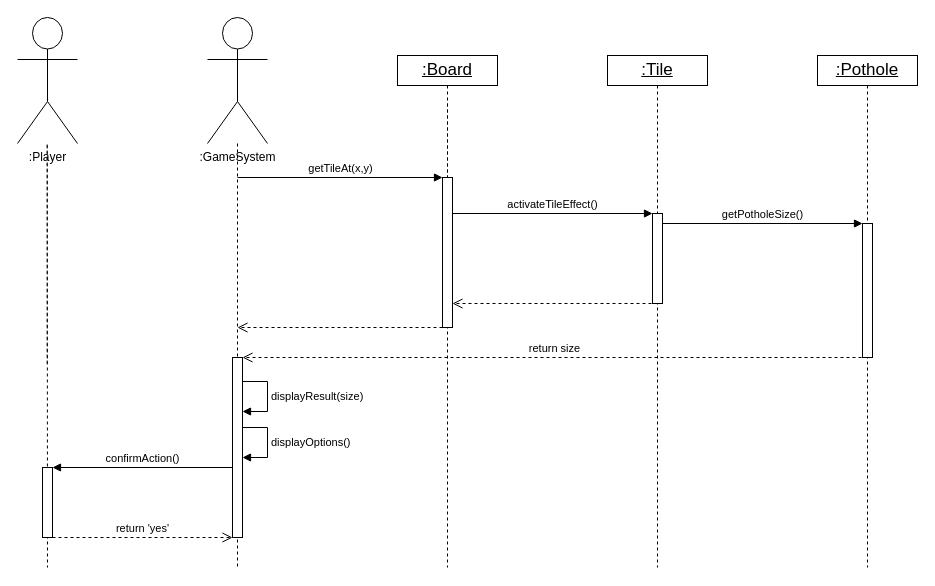
Xelodico/engineers-without-borders keeps this draw.io diagram as page "Encounter Pothole" (3 of 5) of Deliverables/Semester 1/PDF Report/Diagrams/Sequence Diagrams/Peter's Sequence diagrams.drawio. Above is the earlier version. Source tidied: cells renumbered, new cells numbered last; positions are measured from the earlier drawing's top-left corner, leaving out a move shared by most shapes. Both pictures are drawn from the tidied source at 100%, with x=0, y=0 at pixel (17, 17).
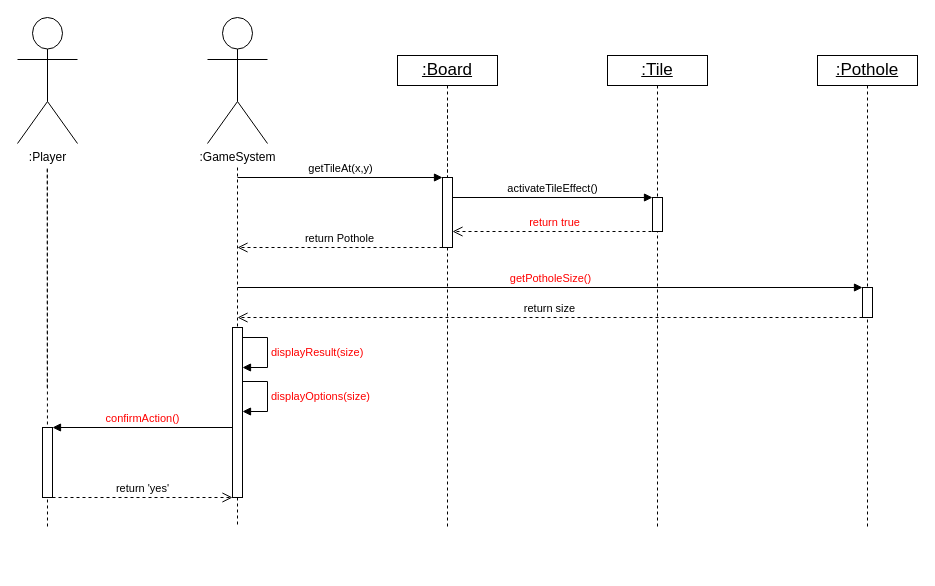
Above is the later version.

The change refers to these unchanged cells:
```xml
<mxCell id="2" value=":GameSystem" style="shape=umlActor;verticalLabelPosition=bottom;verticalAlign=top;html=1;outlineConnect=0;" parent="1" vertex="1">
  <mxGeometry x="190" width="60" height="126" as="geometry" />
</mxCell>
<mxCell id="12" value=":Tile" style="html=1;whiteSpace=wrap;fontStyle=4;fontSize=17;horizontal=1;" parent="1" vertex="1">
  <mxGeometry x="590" y="38" width="100" height="30" as="geometry" />
</mxCell>
<mxCell id="13" value=":Pothole" style="html=1;whiteSpace=wrap;fontStyle=4;fontSize=17;horizontal=1;" parent="1" vertex="1">
  <mxGeometry x="800" y="38" width="100" height="30" as="geometry" />
</mxCell>
```

The edit, as a diff of the source:
```diff
@@
     <mxCell id="4" style="edgeStyle=orthogonalEdgeStyle;rounded=0;orthogonalLoop=1;jettySize=auto;html=1;dashed=1;endArrow=none;endFill=0;exitX=0.5;exitY=1;exitDx=0;exitDy=0;" parent="1" edge="1">
       <mxGeometry relative="1" as="geometry">
         <mxPoint x="430" y="86" as="sourcePoint" />
-        <mxPoint x="430" y="550" as="targetPoint" />
+        <mxPoint x="430" y="510" as="targetPoint" />
         <Array as="points">
           <mxPoint x="430" y="376" />
         </Array>
       </mxGeometry>
     </mxCell>
-    <mxCell id="5" style="html=1;verticalAlign=bottom;endArrow=open;dashed=1;endSize=8;curved=0;rounded=0;" parent="1" edge="1" source="7">
+    <mxCell id="5" value="return Pothole" style="html=1;verticalAlign=bottom;endArrow=open;dashed=1;endSize=8;curved=0;rounded=0;" parent="1" edge="1" source="7">
       <mxGeometry relative="1" as="geometry">
-        <mxPoint x="220" y="310" as="targetPoint" />
+        <mxPoint x="220" y="230" as="targetPoint" />
       </mxGeometry>
     </mxCell>
@@
     <mxCell id="7" style="html=1;points=[[0,0,0,0,5],[0,1,0,0,-5],[1,0,0,0,5],[1,1,0,0,-5]];perimeter=orthogonalPerimeter;outlineConnect=0;targetShapes=umlLifeline;portConstraint=eastwest;newEdgeStyle={&quot;curved&quot;:0,&quot;rounded&quot;:0};" parent="1" vertex="1">
-      <mxGeometry x="425" y="160" width="10" height="150" as="geometry" />
+      <mxGeometry x="425" y="160" width="10" height="70" as="geometry" />
     </mxCell>
     <mxCell id="8" style="edgeStyle=orthogonalEdgeStyle;rounded=0;jettySize=auto;html=1;dashed=1;endArrow=none;endFill=0;exitX=0.5;exitY=1;exitDx=0;exitDy=0;" parent="1" edge="1" source="12">
       <mxGeometry relative="1" as="geometry">
-        <mxPoint x="640" y="550" as="targetPoint" />
+        <mxPoint x="640" y="510" as="targetPoint" />
       </mxGeometry>
     </mxCell>
     <mxCell id="9" style="html=1;points=[[0,0,0,0,5],[0,1,0,0,-5],[1,0,0,0,5],[1,1,0,0,-5]];perimeter=orthogonalPerimeter;outlineConnect=0;targetShapes=umlLifeline;portConstraint=eastwest;newEdgeStyle={&quot;curved&quot;:0,&quot;rounded&quot;:0};" parent="1" vertex="1">
-      <mxGeometry x="635" y="196" width="10" height="90" as="geometry" />
+      <mxGeometry x="635" y="180" width="10" height="34" as="geometry" />
     </mxCell>
-    <mxCell id="10" value="activateTileEffect()" style="html=1;verticalAlign=bottom;endArrow=block;curved=0;rounded=0;" parent="1" edge="1" target="9">
+    <mxCell id="10" value="activateTileEffect()" style="html=1;verticalAlign=bottom;endArrow=block;curved=0;rounded=0;" parent="1" edge="1">
       <mxGeometry relative="1" as="geometry">
-        <mxPoint x="435" y="196" as="sourcePoint" />
+        <mxPoint x="435" y="180" as="sourcePoint" />
+        <mxPoint x="635" y="180" as="targetPoint" />
       </mxGeometry>
     </mxCell>
-    <mxCell id="11" style="html=1;verticalAlign=bottom;endArrow=open;dashed=1;endSize=8;curved=0;rounded=0;" parent="1" edge="1">
+    <mxCell id="11" value="return true" style="html=1;verticalAlign=bottom;endArrow=open;dashed=1;endSize=8;curved=0;rounded=0;fontColor=#FF0000;" parent="1" edge="1">
       <mxGeometry relative="1" as="geometry">
-        <mxPoint x="640" y="286" as="sourcePoint" />
-        <mxPoint x="435" y="286" as="targetPoint" />
+        <mxPoint x="640" y="214" as="sourcePoint" />
+        <mxPoint x="435" y="214" as="targetPoint" />
       </mxGeometry>
     </mxCell>
@@
     <mxCell id="14" style="edgeStyle=orthogonalEdgeStyle;rounded=0;jettySize=auto;html=1;dashed=1;endArrow=none;endFill=0;exitX=0.5;exitY=1;exitDx=0;exitDy=0;" parent="1" edge="1" source="13">
       <mxGeometry relative="1" as="geometry">
-        <mxPoint x="850" y="550" as="targetPoint" />
+        <mxPoint x="850" y="510" as="targetPoint" />
       </mxGeometry>
     </mxCell>
     <mxCell id="15" style="html=1;points=[[0,0,0,0,5],[0,1,0,0,-5],[1,0,0,0,5],[1,1,0,0,-5]];perimeter=orthogonalPerimeter;outlineConnect=0;targetShapes=umlLifeline;portConstraint=eastwest;newEdgeStyle={&quot;curved&quot;:0,&quot;rounded&quot;:0};" parent="1" vertex="1">
-      <mxGeometry x="845" y="206" width="10" height="134" as="geometry" />
+      <mxGeometry x="845" y="270" width="10" height="30" as="geometry" />
     </mxCell>
-    <mxCell id="16" value="getPotholeSize()" style="html=1;verticalAlign=bottom;endArrow=block;curved=0;rounded=0;" parent="1" edge="1">
-      <mxGeometry relative="1" as="geometry">
-        <mxPoint x="645" y="206" as="sourcePoint" />
-        <mxPoint x="845" y="206" as="targetPoint" />
-      </mxGeometry>
-    </mxCell>
-    <mxCell id="17" value="return size" style="html=1;verticalAlign=bottom;endArrow=open;dashed=1;endSize=8;curved=0;rounded=0;entryX=1;entryY=0;entryDx=0;entryDy=5;entryPerimeter=0;" parent="1" edge="1">
+    <mxCell id="17" value="return size" style="html=1;verticalAlign=bottom;endArrow=open;dashed=1;endSize=8;curved=0;rounded=0;" parent="1" edge="1" source="15">
       <mxGeometry relative="1" as="geometry">
-        <mxPoint x="850" y="340" as="sourcePoint" />
-        <mxPoint x="225" y="340" as="targetPoint" />
+        <mxPoint x="220" y="300" as="targetPoint" />
       </mxGeometry>
     </mxCell>
@@
     <mxCell id="19" style="edgeStyle=orthogonalEdgeStyle;rounded=0;orthogonalLoop=1;jettySize=auto;html=1;dashed=1;endArrow=none;endFill=0;" parent="1" edge="1">
       <mxGeometry relative="1" as="geometry">
-        <mxPoint x="29.7" y="346" as="sourcePoint" />
-        <mxPoint x="30" y="550" as="targetPoint" />
+        <mxPoint x="29.8" y="370" as="sourcePoint" />
+        <mxPoint x="30" y="510" as="targetPoint" />
         <Array as="points">
-          <mxPoint x="29.7" y="126" />
-          <mxPoint x="29.7" y="126" />
+          <mxPoint x="29.8" y="150" />
+          <mxPoint x="29.8" y="150" />
         </Array>
       </mxGeometry>
     </mxCell>
-    <mxCell id="20" value="confirmAction()" style="html=1;verticalAlign=bottom;endArrow=block;curved=0;rounded=0;" parent="1" edge="1" source="22" target="26">
-      <mxGeometry relative="1" as="geometry" />
+    <mxCell id="20" value="confirmAction()" style="html=1;verticalAlign=bottom;endArrow=block;curved=0;rounded=0;fontColor=#FF0000;" parent="1" edge="1" target="26">
+      <mxGeometry relative="1" as="geometry">
+        <mxPoint x="215" y="410" as="sourcePoint" />
+      </mxGeometry>
     </mxCell>
-    <mxCell id="21" style="edgeStyle=orthogonalEdgeStyle;rounded=0;jettySize=auto;html=1;dashed=1;endArrow=none;endFill=0;" parent="1" edge="1" source="2">
+    <mxCell id="21" style="edgeStyle=orthogonalEdgeStyle;rounded=0;orthogonalLoop=1;jettySize=auto;html=1;dashed=1;endArrow=none;endFill=0;" parent="1" edge="1">
       <mxGeometry relative="1" as="geometry">
-        <mxPoint x="220" y="550" as="targetPoint" />
+        <mxPoint x="220" y="150" as="sourcePoint" />
+        <mxPoint x="220" y="510" as="targetPoint" />
         <Array as="points">
           <mxPoint x="220" y="330" />
           <mxPoint x="220" y="330" />
         </Array>
       </mxGeometry>
     </mxCell>
     <mxCell id="22" style="html=1;points=[[0,0,0,0,5],[0,1,0,0,-5],[1,0,0,0,5],[1,1,0,0,-5]];perimeter=orthogonalPerimeter;outlineConnect=0;targetShapes=umlLifeline;portConstraint=eastwest;newEdgeStyle={&quot;curved&quot;:0,&quot;rounded&quot;:0};" parent="1" vertex="1">
-      <mxGeometry x="215" y="340" width="10" height="180" as="geometry" />
+      <mxGeometry x="215" y="310" width="10" height="170" as="geometry" />
     </mxCell>
-    <mxCell id="23" value="displayResult(size)" style="html=1;align=left;spacingLeft=2;endArrow=block;rounded=0;edgeStyle=orthogonalEdgeStyle;curved=0;rounded=0;" parent="1" edge="1">
+    <mxCell id="23" value="displayResult(size)" style="html=1;align=left;spacingLeft=2;endArrow=block;rounded=0;edgeStyle=orthogonalEdgeStyle;curved=0;rounded=0;fontColor=#FF0000;" parent="1" edge="1">
       <mxGeometry relative="1" as="geometry">
-        <mxPoint x="225" y="364" as="sourcePoint" />
-        <mxPoint x="225" y="394" as="targetPoint" />
+        <mxPoint x="225" y="320" as="sourcePoint" />
+        <mxPoint x="225" y="350" as="targetPoint" />
         <Array as="points">
-          <mxPoint x="250" y="394" />
+          <mxPoint x="250" y="350" />
         </Array>
       </mxGeometry>
     </mxCell>
-    <mxCell id="24" value="displayOptions()" style="html=1;align=left;spacingLeft=2;endArrow=block;rounded=0;edgeStyle=orthogonalEdgeStyle;curved=0;rounded=0;" parent="1" edge="1">
+    <mxCell id="24" value="displayOptions(size)" style="html=1;align=left;spacingLeft=2;endArrow=block;rounded=0;edgeStyle=orthogonalEdgeStyle;curved=0;rounded=0;fontColor=#FF0000;" parent="1" edge="1">
       <mxGeometry relative="1" as="geometry">
-        <mxPoint x="225" y="410" as="sourcePoint" />
-        <mxPoint x="225" y="440" as="targetPoint" />
+        <mxPoint x="225" y="364" as="sourcePoint" />
+        <mxPoint x="225" y="394" as="targetPoint" />
         <Array as="points">
-          <mxPoint x="250" y="440" />
+          <mxPoint x="250" y="394" />
         </Array>
       </mxGeometry>
     </mxCell>
     <mxCell id="25" value="return 'yes'" style="html=1;verticalAlign=bottom;endArrow=open;dashed=1;endSize=8;curved=0;rounded=0;" parent="1" edge="1">
       <mxGeometry relative="1" as="geometry">
-        <mxPoint x="35" y="520" as="sourcePoint" />
-        <mxPoint x="215" y="520" as="targetPoint" />
+        <mxPoint x="35" y="480" as="sourcePoint" />
+        <mxPoint x="215" y="480" as="targetPoint" />
       </mxGeometry>
     </mxCell>
     <mxCell id="26" style="html=1;points=[[0,0,0,0,5],[0,1,0,0,-5],[1,0,0,0,5],[1,1,0,0,-5]];perimeter=orthogonalPerimeter;outlineConnect=0;targetShapes=umlLifeline;portConstraint=eastwest;newEdgeStyle={&quot;curved&quot;:0,&quot;rounded&quot;:0};" parent="1" vertex="1">
-      <mxGeometry x="25" y="450" width="10" height="70" as="geometry" />
+      <mxGeometry x="25" y="410" width="10" height="70" as="geometry" />
     </mxCell>
@@
+    <mxCell id="16" value="getPotholeSize()" style="html=1;verticalAlign=bottom;endArrow=block;curved=0;rounded=0;fontColor=#FF0000;" parent="1" edge="1" target="15">
+      <mxGeometry relative="1" as="geometry">
+        <mxPoint x="220" y="270" as="sourcePoint" />
+      </mxGeometry>
+    </mxCell>
```
